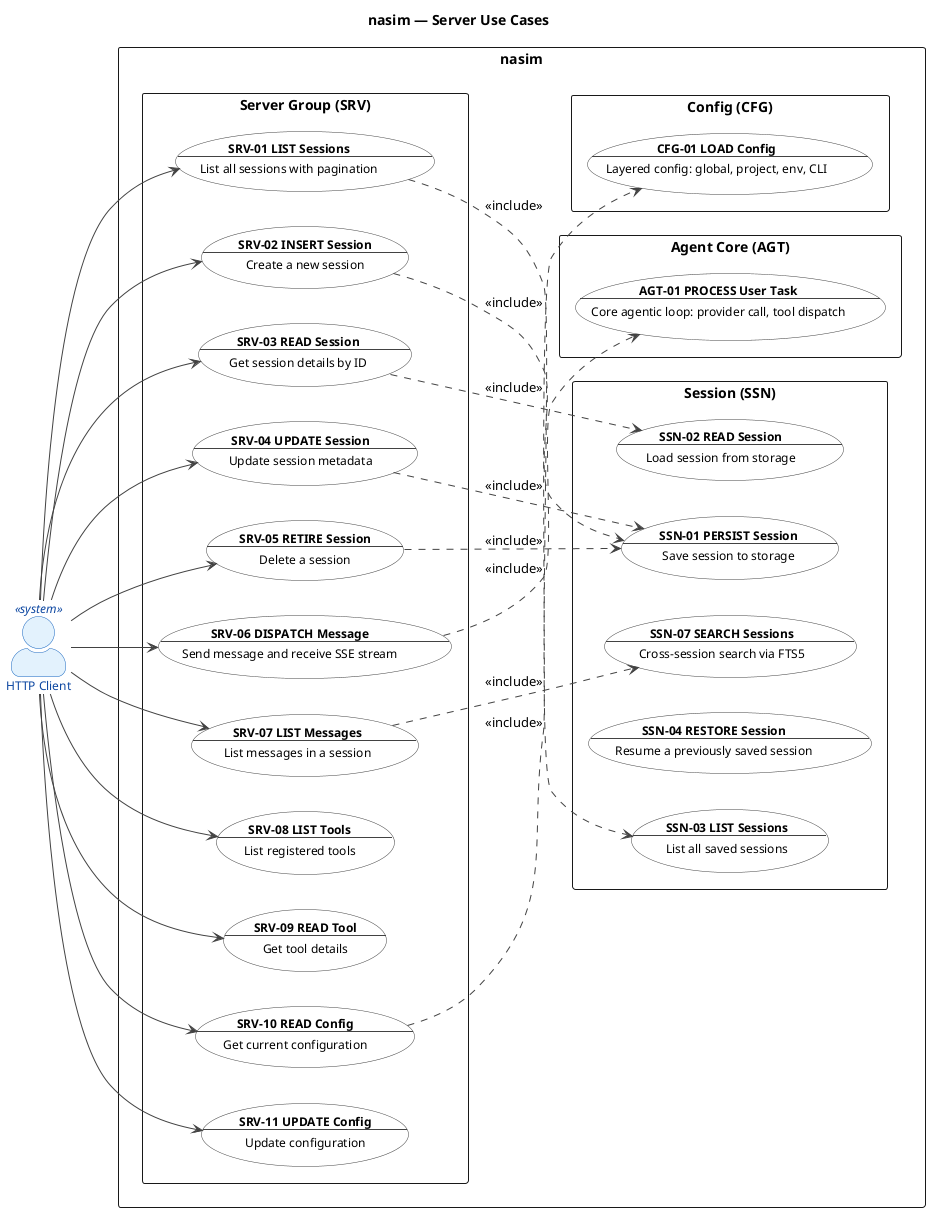
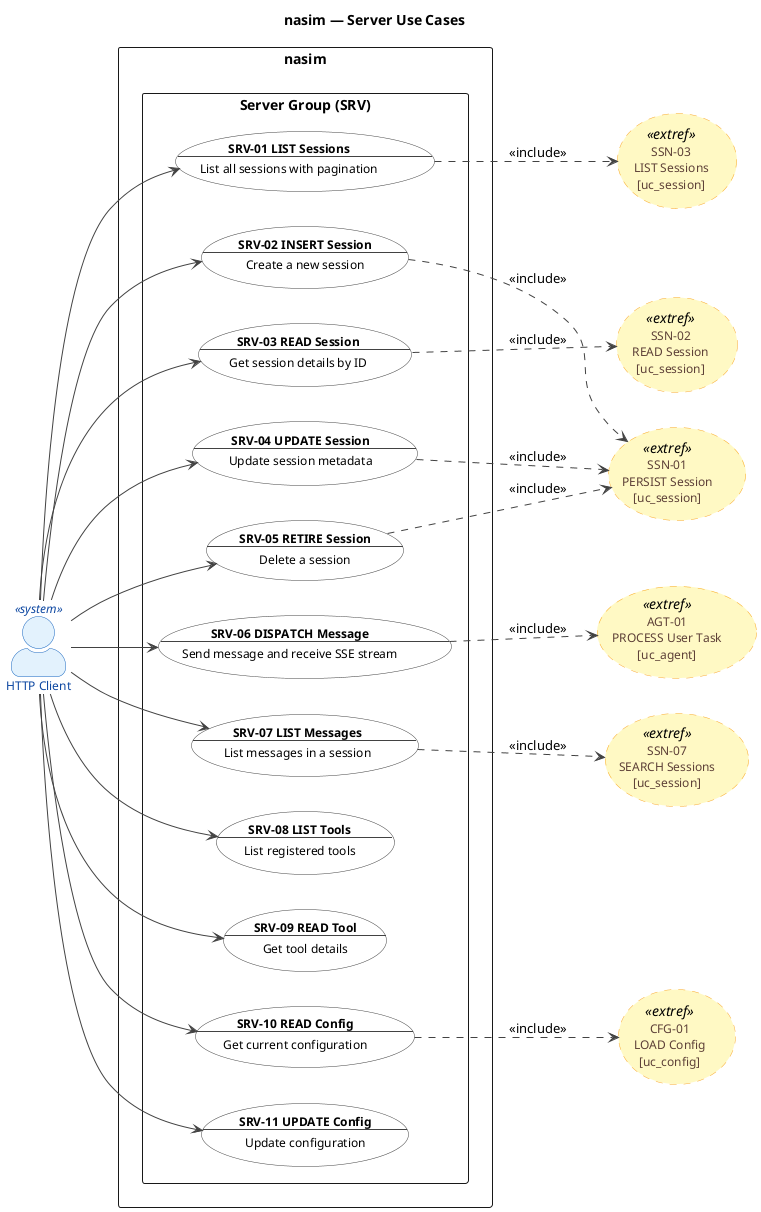
@startuml uc_server

' ============================================================
' Title:     nasim — UC: Server Group
' Group:     SRV (HTTP Server)
' Boundary:  nasim code agent
' Purpose:   RESTful API + SSE streaming for web/mobile/desktop clients
' Milestone: v1.0
- ' Version:   6.0.0
+ ' Version:   7.0.0
' Source:    docs/ENTITIES.md
' Review:    docs/audit/audit.2026.06.20.uc-layer.car.md
' ============================================================

left to right direction

title nasim — Server Use Cases

skinparam actorStyle awesome
skinparam packageStyle rectangle

skinparam usecase {
  BackgroundColor #FFFFFF
  BorderColor #424242
  FontColor #000000
  ArrowColor #424242
  FontSize 12
}

skinparam actor {
  BackgroundColor #E8EAF6
  BorderColor #3949AB
  FontColor #1A237E
  FontSize 12
}

skinparam actor<<system>> {
  BackgroundColor #E3F2FD
  BorderColor #1565C0
  FontColor #0D47A1
}

+ skinparam usecase<<extref>> {
+   BackgroundColor #FFF9C4
+   BorderColor #F9A825
+   FontColor #5D4037
+   BorderStyle dashed
+ }
+ 
' ============================================================
' Actors
' ============================================================

actor "HTTP Client" as HTTPClient <<system>>
+ 
+ ' ============================================================
+ ' Cross-Group External References
+ ' ============================================================
+ 
+ usecase "SSN-01\nPERSIST Session\n[uc_session]" as SSN01_ext <<extref>>
+ usecase "SSN-02\nREAD Session\n[uc_session]" as SSN02_ext <<extref>>
+ usecase "SSN-03\nLIST Sessions\n[uc_session]" as SSN03_ext <<extref>>
+ usecase "SSN-07\nSEARCH Sessions\n[uc_session]" as SSN07_ext <<extref>>
+ 
+ usecase "AGT-01\nPROCESS User Task\n[uc_agent]" as AGT01_ext <<extref>>
+ 
+ usecase "CFG-01\nLOAD Config\n[uc_config]" as CFG01_ext <<extref>>

' ============================================================
' System Boundary
' ============================================================

rectangle "nasim" {
  package "Server Group (SRV)" {
    usecase "**SRV-01 LIST Sessions**\n--\nList all sessions with pagination" as SRV01
    usecase "**SRV-02 INSERT Session**\n--\nCreate a new session" as SRV02
    usecase "**SRV-03 READ Session**\n--\nGet session details by ID" as SRV03
    usecase "**SRV-04 UPDATE Session**\n--\nUpdate session metadata" as SRV04
    usecase "**SRV-05 RETIRE Session**\n--\nDelete a session" as SRV05
    usecase "**SRV-06 DISPATCH Message**\n--\nSend message and receive SSE stream" as SRV06
    usecase "**SRV-07 LIST Messages**\n--\nList messages in a session" as SRV07
    usecase "**SRV-08 LIST Tools**\n--\nList registered tools" as SRV08
    usecase "**SRV-09 READ Tool**\n--\nGet tool details" as SRV09
    usecase "**SRV-10 READ Config**\n--\nGet current configuration" as SRV10
    usecase "**SRV-11 UPDATE Config**\n--\nUpdate configuration" as SRV11
-   }
- 
-   package "Session (SSN)" {
-     usecase "**SSN-01 PERSIST Session**\n--\nSave session to storage" as SSN01
-     usecase "**SSN-02 READ Session**\n--\nLoad session from storage" as SSN02
-     usecase "**SSN-03 LIST Sessions**\n--\nList all saved sessions" as SSN03
-     usecase "**SSN-04 RESTORE Session**\n--\nResume a previously saved session" as SSN04
-     usecase "**SSN-07 SEARCH Sessions**\n--\nCross-session search via FTS5" as SSN07
-   }
- 
-   package "Agent Core (AGT)" {
-     usecase "**AGT-01 PROCESS User Task**\n--\nCore agentic loop: provider call, tool dispatch" as AGT01
-   }
- 
-   package "Config (CFG)" {
-     usecase "**CFG-01 LOAD Config**\n--\nLayered config: global, project, env, CLI" as CFG01
  }
}

' ============================================================
' Actor -> Use Case Associations
' ============================================================

HTTPClient --> SRV01
HTTPClient --> SRV02
HTTPClient --> SRV03
HTTPClient --> SRV04
HTTPClient --> SRV05
HTTPClient --> SRV06
HTTPClient --> SRV07
HTTPClient --> SRV08
HTTPClient --> SRV09
HTTPClient --> SRV10
HTTPClient --> SRV11

' ============================================================
- ' Relationships (Boundary -> Internal UC traceability)
+ ' Relationships (Boundary -> External UC traceability)
' ============================================================

- SRV01 ..> SSN03 : <<include>>
- SRV02 ..> SSN01 : <<include>>
- SRV03 ..> SSN02 : <<include>>
- SRV04 ..> SSN01 : <<include>>
- SRV05 ..> SSN01 : <<include>>
- SRV06 ..> AGT01 : <<include>>
- SRV07 ..> SSN07 : <<include>>
- SRV10 ..> CFG01 : <<include>>
+ SRV01 ..> SSN03_ext : <<include>>
+ SRV02 ..> SSN01_ext : <<include>>
+ SRV03 ..> SSN02_ext : <<include>>
+ SRV04 ..> SSN01_ext : <<include>>
+ SRV05 ..> SSN01_ext : <<include>>
+ SRV06 ..> AGT01_ext : <<include>>
+ SRV07 ..> SSN07_ext : <<include>>
+ SRV10 ..> CFG01_ext : <<include>>

@enduml
